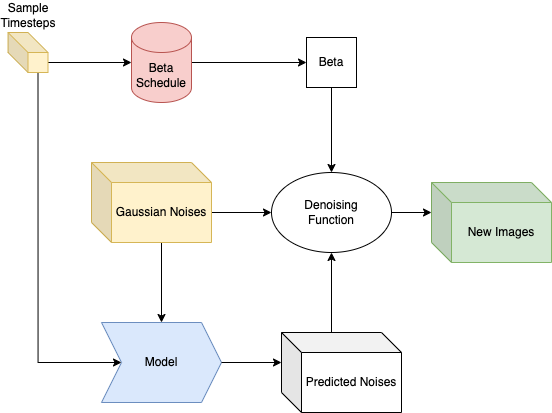
Earlier version of the draw.io export assets/sampling_diagram.png (duongngockhanh/denoising-diffusion-pytorch). Source tidied: cells renumbered, new cells last; positions are measured from the earlier drawing's top-left corner, leaving out a move shared by most shapes.
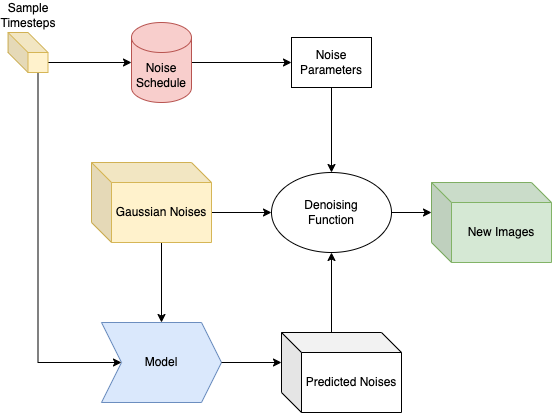
The same diagram one commit later.

Diff of the diagram source:
```diff
@@ -36,15 +36,12 @@
     <mxCell id="11" style="edgeStyle=orthogonalEdgeStyle;rounded=0;jettySize=auto;html=1;exitX=1;exitY=0.5;exitDx=0;exitDy=0;entryX=0;entryY=0;entryDx=0;entryDy=30;entryPerimeter=0;" parent="1" edge="1" source="2" target="10">
       <mxGeometry relative="1" as="geometry" />
     </mxCell>
-    <mxCell id="12" style="edgeStyle=orthogonalEdgeStyle;rounded=0;jettySize=auto;html=1;exitX=1;exitY=0.5;exitDx=0;exitDy=0;entryX=0;entryY=0.5;entryDx=0;entryDy=0;exitPerimeter=0;" parent="1" edge="1" source="18" target="14">
+    <mxCell id="12" style="edgeStyle=orthogonalEdgeStyle;rounded=0;jettySize=auto;html=1;exitX=1;exitY=0.5;exitDx=0;exitDy=0;exitPerimeter=0;entryX=0;entryY=0.5;entryDx=0;entryDy=0;" parent="1" edge="1" source="18" target="19">
       <mxGeometry relative="1" as="geometry" />
     </mxCell>
-    <mxCell id="13" style="edgeStyle=orthogonalEdgeStyle;rounded=0;jettySize=auto;html=1;entryX=0.5;entryY=0;entryDx=0;entryDy=0;" parent="1" edge="1" source="14" target="15">
+    <mxCell id="13" style="edgeStyle=orthogonalEdgeStyle;rounded=0;jettySize=auto;html=1;entryX=0.5;entryY=0;entryDx=0;entryDy=0;exitX=0.5;exitY=1;exitDx=0;exitDy=0;" parent="1" edge="1" source="19" target="15">
       <mxGeometry relative="1" as="geometry" />
     </mxCell>
-    <mxCell id="14" value="Beta" style="whiteSpace=wrap;html=1;" parent="1" vertex="1">
-      <mxGeometry x="299" y="15" width="50" height="50" as="geometry" />
-    </mxCell>
     <mxCell id="15" value="Denoising&lt;br&gt;Function" style="ellipse;whiteSpace=wrap;html=1;" parent="1" vertex="1">
       <mxGeometry x="264" y="150" width="120" height="80" as="geometry" />
     </mxCell>
@@ -54,8 +51,11 @@
     <mxCell id="17" style="edgeStyle=orthogonalEdgeStyle;rounded=0;jettySize=auto;html=1;exitX=1;exitY=0.5;exitDx=0;exitDy=0;entryX=0;entryY=0;entryDx=0;entryDy=30;entryPerimeter=0;" parent="1" edge="1" source="15" target="16">
       <mxGeometry relative="1" as="geometry" />
     </mxCell>
-    <mxCell id="18" value="Beta Schedule" style="shape=cylinder3;whiteSpace=wrap;html=1;boundedLbl=1;backgroundOutline=1;size=15;fillColor=#f8cecc;strokeColor=#b85450;" parent="1" vertex="1">
+    <mxCell id="18" value="Noise Schedule" style="shape=cylinder3;whiteSpace=wrap;html=1;boundedLbl=1;backgroundOutline=1;size=15;fillColor=#f8cecc;strokeColor=#b85450;" parent="1" vertex="1">
       <mxGeometry x="124" width="60" height="80" as="geometry" />
     </mxCell>
+    <mxCell id="19" value="Noise Parameters" style="rounded=0;whiteSpace=wrap;html=1;" parent="1" vertex="1">
+      <mxGeometry x="284" y="15" width="80" height="50" as="geometry" />
+    </mxCell>
   </root>
 </mxGraphModel>
```
